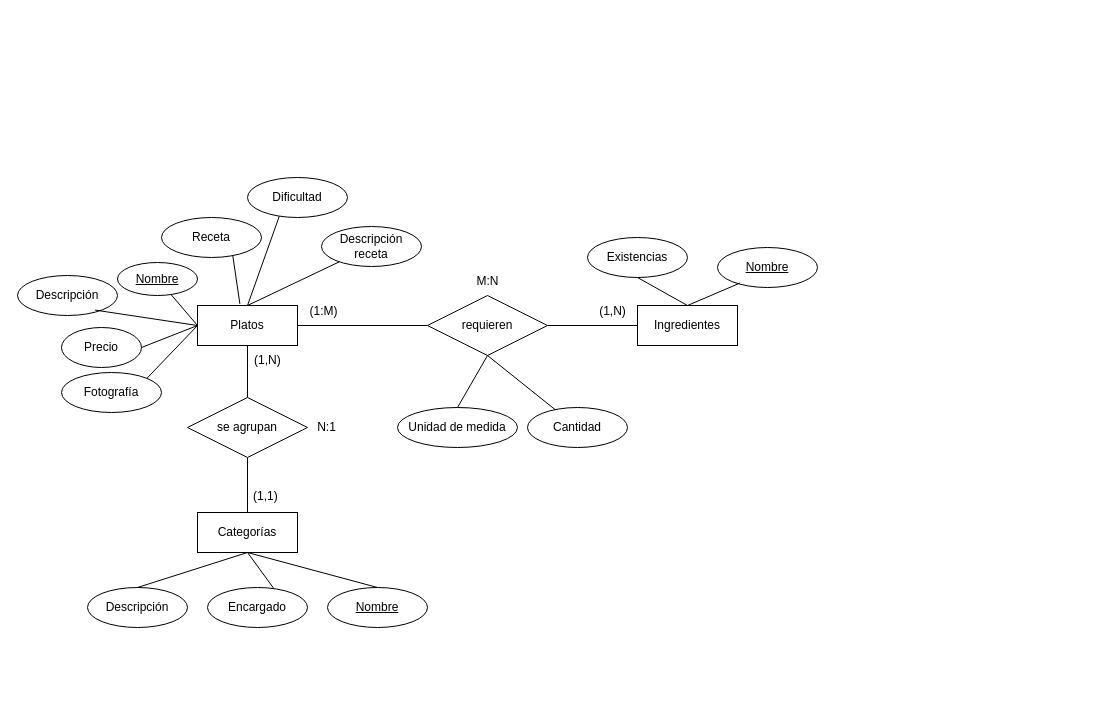
popnoart/popnoart keeps this draw.io diagram as Tarea 02_05 Carta de restaurante.drawio. Above is the earlier version. Source tidied: cells renumbered, new cells numbered last; positions are measured from the earlier drawing's top-left corner, leaving out a move shared by most shapes. Both pictures are drawn from the tidied source at 100%, with x=0, y=0 at pixel (17, 177).
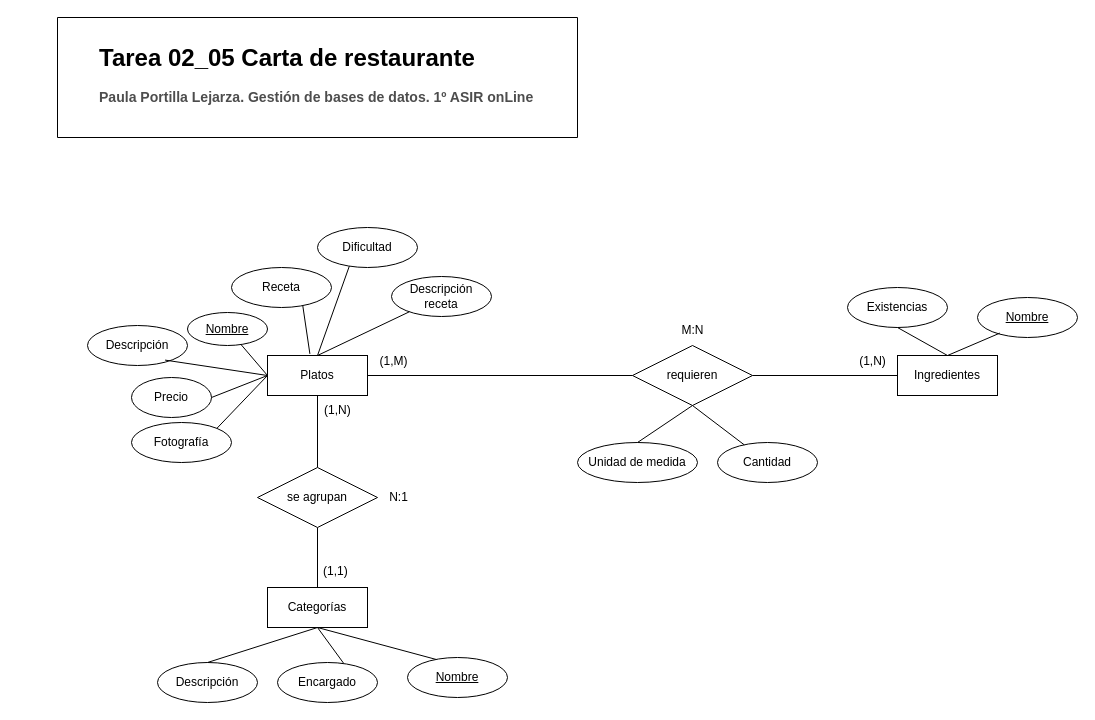
After the change.

What changed in the source:
```diff
@@
+    <mxCell id="43" style="endArrow=none;html=1;rounded=0;exitX=0.5;exitY=0;exitDx=0;exitDy=0;entryX=0.5;entryY=1;entryDx=0;entryDy=0;" parent="1" edge="1" target="21">
+      <mxGeometry relative="1" as="geometry">
+        <mxPoint x="430" y="485" as="sourcePoint" />
+      </mxGeometry>
+    </mxCell>
@@
     <mxCell id="5" value="Platos" style="whiteSpace=wrap;html=1;align=center;" parent="1" vertex="1">
-      <mxGeometry x="180" y="128" width="100" height="40" as="geometry" />
+      <mxGeometry x="250" y="178" width="100" height="40" as="geometry" />
     </mxCell>
     <mxCell id="6" value="Descripción" style="ellipse;whiteSpace=wrap;html=1;align=center;" parent="1" vertex="1">
-      <mxGeometry y="98" width="100" height="40" as="geometry" />
+      <mxGeometry x="70" y="148" width="100" height="40" as="geometry" />
     </mxCell>
     <mxCell id="7" value="Dificultad" style="ellipse;whiteSpace=wrap;html=1;align=center;" parent="1" vertex="1">
-      <mxGeometry x="230" width="100" height="40" as="geometry" />
+      <mxGeometry x="300" y="50" width="100" height="40" as="geometry" />
     </mxCell>
     <mxCell id="8" value="Fotografía" style="ellipse;whiteSpace=wrap;html=1;align=center;" parent="1" vertex="1">
-      <mxGeometry x="44" y="195" width="100" height="40" as="geometry" />
+      <mxGeometry x="114" y="245" width="100" height="40" as="geometry" />
     </mxCell>
     <mxCell id="9" value="Precio" style="ellipse;whiteSpace=wrap;html=1;align=center;" parent="1" vertex="1">
-      <mxGeometry x="44" y="150" width="80" height="40" as="geometry" />
+      <mxGeometry x="114" y="200" width="80" height="40" as="geometry" />
     </mxCell>
     <mxCell id="10" value="Nombre" style="ellipse;whiteSpace=wrap;html=1;align=center;fontStyle=4;" parent="1" vertex="1">
-      <mxGeometry x="100" y="85" width="80" height="33" as="geometry" />
+      <mxGeometry x="170" y="135" width="80" height="33" as="geometry" />
     </mxCell>
@@
     <mxCell id="13" value="requieren" style="shape=rhombus;perimeter=rhombusPerimeter;whiteSpace=wrap;html=1;align=center;" parent="1" vertex="1">
-      <mxGeometry x="410" y="118" width="120" height="60" as="geometry" />
+      <mxGeometry x="615" y="168" width="120" height="60" as="geometry" />
     </mxCell>
     <mxCell id="14" value="Descripción" style="ellipse;whiteSpace=wrap;html=1;align=center;" parent="1" vertex="1">
-      <mxGeometry x="70" y="410" width="100" height="40" as="geometry" />
+      <mxGeometry x="140" y="485" width="100" height="40" as="geometry" />
     </mxCell>
     <mxCell id="15" value="Receta" style="ellipse;whiteSpace=wrap;html=1;align=center;" parent="1" vertex="1">
-      <mxGeometry x="144" y="40" width="100" height="40" as="geometry" />
+      <mxGeometry x="214" y="90" width="100" height="40" as="geometry" />
     </mxCell>
     <mxCell id="16" value="Unidad de medida" style="ellipse;whiteSpace=wrap;html=1;align=center;" parent="1" vertex="1">
-      <mxGeometry x="380" y="230" width="120" height="40" as="geometry" />
+      <mxGeometry x="560" y="265" width="120" height="40" as="geometry" />
     </mxCell>
     <mxCell id="17" value="Cantidad" style="ellipse;whiteSpace=wrap;html=1;align=center;" parent="1" vertex="1">
-      <mxGeometry x="510" y="230" width="100" height="40" as="geometry" />
+      <mxGeometry x="700" y="265" width="100" height="40" as="geometry" />
     </mxCell>
     <mxCell id="18" style="edgeStyle=orthogonalEdgeStyle;rounded=0;jettySize=auto;html=1;exitX=0.75;exitY=1;exitDx=0;exitDy=0;" parent="1" edge="1" source="19">
       <mxGeometry relative="1" as="geometry">
-        <mxPoint x="690" y="130" as="targetPoint" />
+        <mxPoint x="950" y="180" as="targetPoint" />
       </mxGeometry>
     </mxCell>
     <mxCell id="19" value="Ingredientes" style="whiteSpace=wrap;html=1;align=center;" parent="1" vertex="1">
-      <mxGeometry x="620" y="128" width="100" height="40" as="geometry" />
+      <mxGeometry x="880" y="178" width="100" height="40" as="geometry" />
     </mxCell>
     <mxCell id="20" value="Existencias" style="ellipse;whiteSpace=wrap;html=1;align=center;" parent="1" vertex="1">
-      <mxGeometry x="570" y="60" width="100" height="40" as="geometry" />
+      <mxGeometry x="830" y="110" width="100" height="40" as="geometry" />
     </mxCell>
     <mxCell id="21" value="Categorías" style="whiteSpace=wrap;html=1;align=center;" parent="1" vertex="1">
-      <mxGeometry x="180" y="335" width="100" height="40" as="geometry" />
+      <mxGeometry x="250" y="410" width="100" height="40" as="geometry" />
     </mxCell>
@@
     <mxCell id="23" value="se agrupan" style="shape=rhombus;perimeter=rhombusPerimeter;whiteSpace=wrap;html=1;align=center;" parent="1" vertex="1">
-      <mxGeometry x="170" y="220" width="120" height="60" as="geometry" />
+      <mxGeometry x="240" y="290" width="120" height="60" as="geometry" />
     </mxCell>
     <mxCell id="24" value="Nombre" style="ellipse;whiteSpace=wrap;html=1;align=center;fontStyle=4;" parent="1" vertex="1">
-      <mxGeometry x="310" y="410" width="100" height="40" as="geometry" />
+      <mxGeometry x="390" y="480" width="100" height="40" as="geometry" />
     </mxCell>
     <mxCell id="25" value="Encargado" style="ellipse;whiteSpace=wrap;html=1;align=center;" parent="1" vertex="1">
-      <mxGeometry x="190" y="410" width="100" height="40" as="geometry" />
+      <mxGeometry x="260" y="485" width="100" height="40" as="geometry" />
     </mxCell>
     <mxCell id="26" value="(1,1)" style="text;strokeColor=none;fillColor=none;spacingLeft=4;spacingRight=4;overflow=hidden;fontSize=12;whiteSpace=wrap;html=1;" parent="1" vertex="1">
-      <mxGeometry x="230" y="305" width="40" height="30" as="geometry" />
+      <mxGeometry x="300" y="380" width="40" height="30" as="geometry" />
     </mxCell>
     <mxCell id="27" value="(1,N)" style="text;strokeColor=none;fillColor=none;spacingLeft=4;spacingRight=4;overflow=hidden;fontSize=12;whiteSpace=wrap;html=1;" parent="1" vertex="1">
-      <mxGeometry x="231" y="169" width="40" height="30" as="geometry" />
+      <mxGeometry x="301" y="219" width="40" height="30" as="geometry" />
     </mxCell>
     <mxCell id="28" value="N:1" style="text;html=1;align=center;verticalAlign=middle;strokeColor=none;fillColor=none;" parent="1" vertex="1">
-      <mxGeometry x="289" y="235" width="40" height="30" as="geometry" />
+      <mxGeometry x="361" y="305" width="40" height="30" as="geometry" />
     </mxCell>
-    <mxCell id="29" value="(1:M)" style="text;html=1;align=center;verticalAlign=middle;strokeColor=none;fillColor=none;" parent="1" vertex="1">
-      <mxGeometry x="281" y="119" width="50" height="30" as="geometry" />
+    <mxCell id="29" value="(1,M)" style="text;html=1;align=center;verticalAlign=middle;strokeColor=none;fillColor=none;" parent="1" vertex="1">
+      <mxGeometry x="351" y="169" width="50" height="30" as="geometry" />
     </mxCell>
     <mxCell id="30" value="(1,N)" style="text;html=1;align=center;verticalAlign=middle;strokeColor=none;fillColor=none;" parent="1" vertex="1">
-      <mxGeometry x="570" y="119" width="50" height="30" as="geometry" />
+      <mxGeometry x="830" y="169" width="50" height="30" as="geometry" />
     </mxCell>
     <mxCell id="31" value="M:N" style="text;html=1;align=center;verticalAlign=middle;strokeColor=none;fillColor=none;" parent="1" vertex="1">
-      <mxGeometry x="445" y="89" width="50" height="30" as="geometry" />
+      <mxGeometry x="650" y="138" width="50" height="30" as="geometry" />
     </mxCell>
@@
     <mxCell id="38" value="Descripción&lt;div&gt;receta&lt;/div&gt;" style="ellipse;whiteSpace=wrap;html=1;align=center;" parent="1" vertex="1">
-      <mxGeometry x="304" y="49" width="100" height="40" as="geometry" />
+      <mxGeometry x="374" y="99" width="100" height="40" as="geometry" />
     </mxCell>
     <mxCell id="39" value="Nombre" style="ellipse;whiteSpace=wrap;html=1;align=center;fontStyle=4;" parent="1" vertex="1">
-      <mxGeometry x="700" y="70" width="100" height="40" as="geometry" />
+      <mxGeometry x="960" y="120" width="100" height="40" as="geometry" />
     </mxCell>
@@
-    <mxCell id="43" style="endArrow=none;html=1;rounded=0;exitX=0.5;exitY=0;exitDx=0;exitDy=0;entryX=0.5;entryY=1;entryDx=0;entryDy=0;" parent="1" edge="1" source="24" target="21">
-      <mxGeometry relative="1" as="geometry" />
-    </mxCell>
@@
+    <mxCell id="46" style="swimlane;startSize=0;" parent="1" vertex="1">
+      <mxGeometry x="40" y="-160" width="520" height="120" as="geometry" />
+    </mxCell>
+    <mxCell id="47" value="&lt;h1 style=&quot;margin-top: 0px;&quot;&gt;Tarea 02_05 Carta de restaurante&lt;/h1&gt;&lt;h3&gt;&lt;font color=&quot;#4d4d4d&quot;&gt;Paula Portilla Lejarza.&amp;nbsp;&lt;/font&gt;&lt;span style=&quot;background-color: initial; font-size: 14.04px;&quot;&gt;&lt;font color=&quot;#4d4d4d&quot;&gt;Gestión de bases de datos. 1º ASIR onLine&lt;/font&gt;&lt;/span&gt;&lt;/h3&gt;" style="text;html=1;whiteSpace=wrap;overflow=hidden;rounded=0;" parent="46" vertex="1">
+      <mxGeometry x="40" y="20" width="860" height="120" as="geometry" />
+    </mxCell>
```
